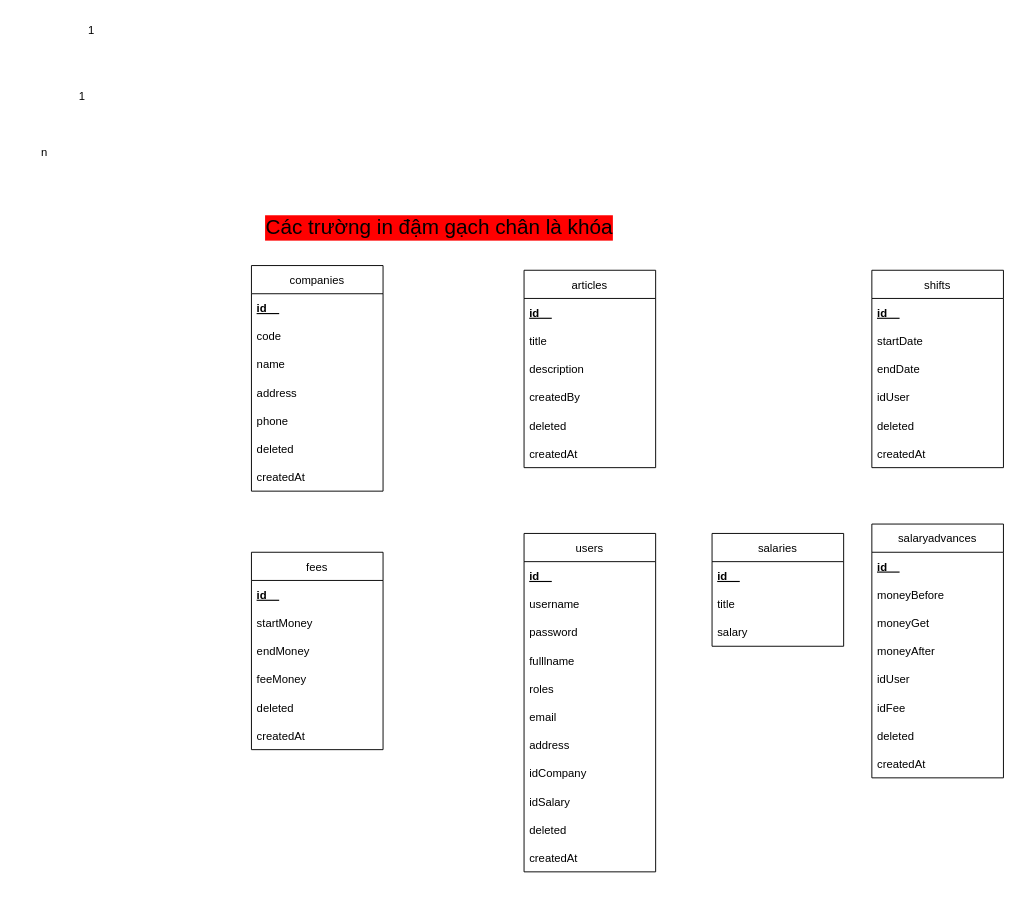
Above: page "ERD vật lý" (19 of 19) of word/Webungluong.drawio in thangdinh99/WebUngLuong (draw.io), before the change. Source tidied: cells renumbered, new cells numbered last; positions are measured from the earlier drawing's top-left corner, leaving out a move shared by most shapes. Both pictures are drawn from the tidied source at 94%, with x=0, y=0 at pixel (16, 16).
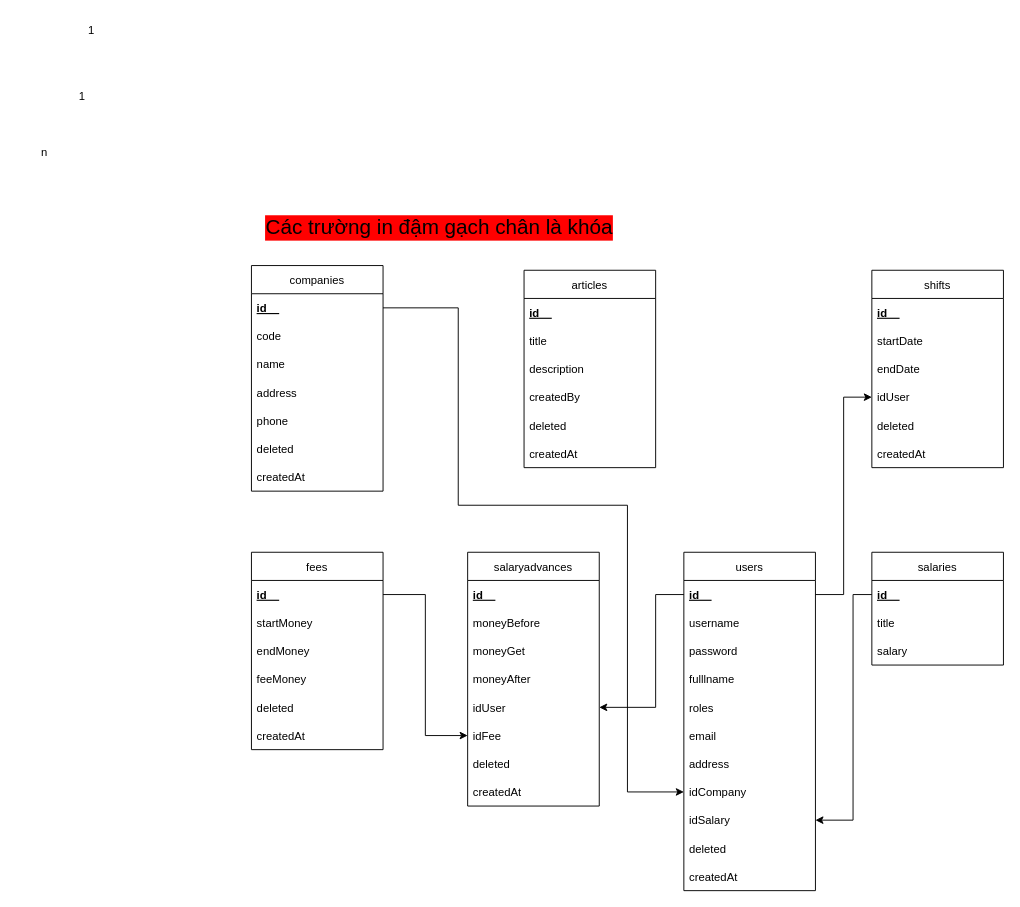
Above is the later version.

The change refers to these unchanged cells:
```xml
<mxCell id="3" value="id    " style="text;strokeColor=none;fillColor=none;align=left;verticalAlign=middle;spacingLeft=4;spacingRight=4;overflow=hidden;points=[[0,0.5],[1,0.5]];portConstraint=eastwest;fontStyle=5;" parent="2" vertex="1">
  <mxGeometry y="30" width="140" height="30" as="geometry" />
</mxCell>
<mxCell id="10" value="idCompany" style="text;strokeColor=none;fillColor=none;align=left;verticalAlign=middle;spacingLeft=4;spacingRight=4;overflow=hidden;points=[[0,0.5],[1,0.5]];portConstraint=eastwest;" parent="2" vertex="1">
  <mxGeometry y="240" width="140" height="30" as="geometry" />
</mxCell>
<mxCell id="11" value="idSalary" style="text;strokeColor=none;fillColor=none;align=left;verticalAlign=middle;spacingLeft=4;spacingRight=4;overflow=hidden;points=[[0,0.5],[1,0.5]];portConstraint=eastwest;" parent="2" vertex="1">
  <mxGeometry y="270" width="140" height="30" as="geometry" />
</mxCell>
<mxCell id="26" value="idUser" style="text;strokeColor=none;fillColor=none;align=left;verticalAlign=middle;spacingLeft=4;spacingRight=4;overflow=hidden;points=[[0,0.5],[1,0.5]];portConstraint=eastwest;" parent="21" vertex="1">
  <mxGeometry y="150" width="140" height="30" as="geometry" />
</mxCell>
<mxCell id="27" value="idFee" style="text;strokeColor=none;fillColor=none;align=left;verticalAlign=middle;spacingLeft=4;spacingRight=4;overflow=hidden;points=[[0,0.5],[1,0.5]];portConstraint=eastwest;" parent="21" vertex="1">
  <mxGeometry y="180" width="140" height="30" as="geometry" />
</mxCell>
<mxCell id="31" value="id    " style="text;strokeColor=none;fillColor=none;align=left;verticalAlign=middle;spacingLeft=4;spacingRight=4;overflow=hidden;points=[[0,0.5],[1,0.5]];portConstraint=eastwest;fontStyle=5;" parent="30" vertex="1">
  <mxGeometry y="30" width="140" height="30" as="geometry" />
</mxCell>
<mxCell id="38" value="id    " style="text;strokeColor=none;fillColor=none;align=left;verticalAlign=middle;spacingLeft=4;spacingRight=4;overflow=hidden;points=[[0,0.5],[1,0.5]];portConstraint=eastwest;fontStyle=5;" parent="37" vertex="1">
  <mxGeometry y="30" width="140" height="30" as="geometry" />
</mxCell>
<mxCell id="49" value="idUser" style="text;strokeColor=none;fillColor=none;align=left;verticalAlign=middle;spacingLeft=4;spacingRight=4;overflow=hidden;points=[[0,0.5],[1,0.5]];portConstraint=eastwest;" parent="45" vertex="1">
  <mxGeometry y="120" width="140" height="30" as="geometry" />
</mxCell>
<mxCell id="57" value="id    " style="text;strokeColor=none;fillColor=none;align=left;verticalAlign=middle;spacingLeft=4;spacingRight=4;overflow=hidden;points=[[0,0.5],[1,0.5]];portConstraint=eastwest;fontStyle=5;" parent="56" vertex="1">
  <mxGeometry y="30" width="140" height="30" as="geometry" />
</mxCell>
```

Diff of the diagram source:
```diff
@@
     <mxCell id="2" value="users" style="swimlane;fontStyle=0;horizontal=1;startSize=30;" parent="1" vertex="1">
-      <mxGeometry x="540" y="550" width="140" height="360" as="geometry" />
+      <mxGeometry x="710" y="570" width="140" height="360" as="geometry" />
     </mxCell>
@@
     <mxCell id="21" value="salaryadvances" style="swimlane;fontStyle=0;horizontal=1;startSize=30;" parent="1" vertex="1">
-      <mxGeometry x="910" y="540" width="140" height="270" as="geometry" />
+      <mxGeometry x="480" y="570" width="140" height="270" as="geometry" />
     </mxCell>
@@
     <mxCell id="56" value="salaries" style="swimlane;fontStyle=0;horizontal=1;startSize=30;" parent="1" vertex="1">
-      <mxGeometry x="740" y="550" width="140" height="120" as="geometry" />
+      <mxGeometry x="910" y="570" width="140" height="120" as="geometry" />
     </mxCell>
@@
+    <mxCell id="60" style="edgeStyle=orthogonalEdgeStyle;rounded=0;jettySize=auto;html=1;entryX=0;entryY=0.5;entryDx=0;entryDy=0;endArrow=classic;endFill=1;" parent="1" edge="1" source="3" target="49">
+      <mxGeometry relative="1" as="geometry" />
+    </mxCell>
+    <mxCell id="61" style="edgeStyle=orthogonalEdgeStyle;rounded=0;jettySize=auto;html=1;entryX=0;entryY=0.5;entryDx=0;entryDy=0;endArrow=classic;endFill=1;" parent="1" edge="1" source="31" target="27">
+      <mxGeometry relative="1" as="geometry" />
+    </mxCell>
+    <mxCell id="62" style="edgeStyle=orthogonalEdgeStyle;rounded=0;jettySize=auto;html=1;entryX=1;entryY=0.5;entryDx=0;entryDy=0;endArrow=classic;endFill=1;" parent="1" edge="1" source="3" target="26">
+      <mxGeometry relative="1" as="geometry">
+        <Array as="points">
+          <mxPoint x="680" y="615" />
+          <mxPoint x="680" y="735" />
+        </Array>
+      </mxGeometry>
+    </mxCell>
+    <mxCell id="63" style="edgeStyle=orthogonalEdgeStyle;rounded=0;jettySize=auto;html=1;entryX=1;entryY=0.5;entryDx=0;entryDy=0;endArrow=classic;endFill=1;" parent="1" edge="1" source="57" target="11">
+      <mxGeometry relative="1" as="geometry">
+        <Array as="points">
+          <mxPoint x="890" y="615" />
+          <mxPoint x="890" y="855" />
+        </Array>
+      </mxGeometry>
+    </mxCell>
+    <mxCell id="64" style="edgeStyle=orthogonalEdgeStyle;rounded=0;jettySize=auto;html=1;entryX=0;entryY=0.5;entryDx=0;entryDy=0;endArrow=classic;endFill=1;" parent="1" edge="1" source="38" target="10">
+      <mxGeometry relative="1" as="geometry">
+        <Array as="points">
+          <mxPoint x="470" y="310" />
+          <mxPoint x="470" y="520" />
+          <mxPoint x="650" y="520" />
+          <mxPoint x="650" y="825" />
+        </Array>
+      </mxGeometry>
+    </mxCell>
```
